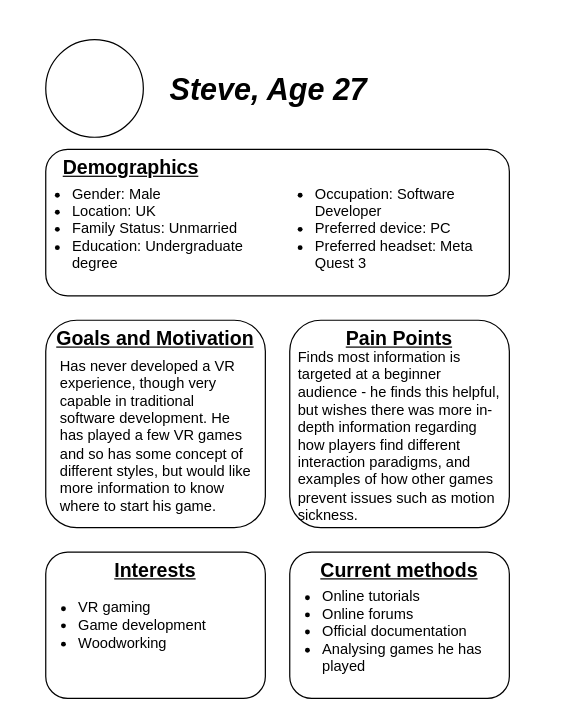
AyOhEe/CSCU9X5-Assignment keeps this draw.io diagram as Steve.drawio. Above is the earlier version. Source tidied: cells renumbered, new cells numbered last; positions are measured from the earlier drawing's top-left corner, leaving out a move shared by most shapes. Both pictures are drawn from the tidied source at 122%, with x=0, y=0 at pixel (21, 39). Pictures stored in the file or linked from it are replaced by grey dashed boxes.
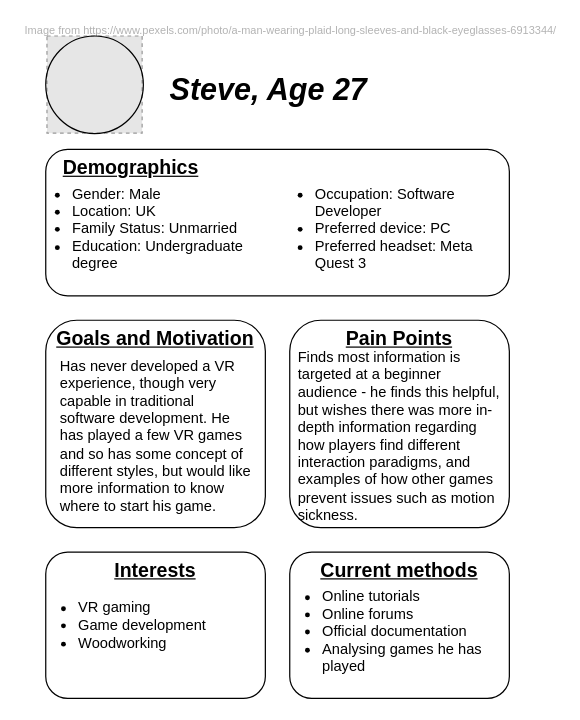
The same diagram, later.

Commit message:
Forgot to save Steve's persona

Diff of the diagram source:
```diff
@@
-    <mxCell id="2" style="ellipse;whiteSpace=wrap;html=1;" parent="1" vertex="1">
-      <mxGeometry x="20" width="80" height="80" as="geometry" />
-    </mxCell>
@@
+    <mxCell id="20" value="&lt;font style=&quot;font-size: 9px; color: rgb(179, 179, 179);&quot;&gt;Image from https://www.pexels.com/photo/a-man-wearing-plaid-long-sleeves-and-black-eyeglasses-6913344/&lt;/font&gt;" style="text;html=1;align=center;verticalAlign=middle;whiteSpace=wrap;rounded=0;" parent="1" vertex="1">
+      <mxGeometry x="1" y="-13" width="440" height="10" as="geometry" />
+    </mxCell>
+    <mxCell id="21" style="fillColor=#E6E6E6;strokeColor=#999999;dashed=1;verticalLabelPosition=bottom;labelBackgroundColor=default;verticalAlign=top;" parent="1" vertex="1">
+      <mxGeometry x="21" y="-3" width="78" height="79.7" as="geometry" />
+    </mxCell>
+    <mxCell id="2" style="ellipse;whiteSpace=wrap;html=1;fillColor=none;" parent="1" vertex="1">
+      <mxGeometry x="20" y="-3" width="80" height="80" as="geometry" />
+    </mxCell>
```
